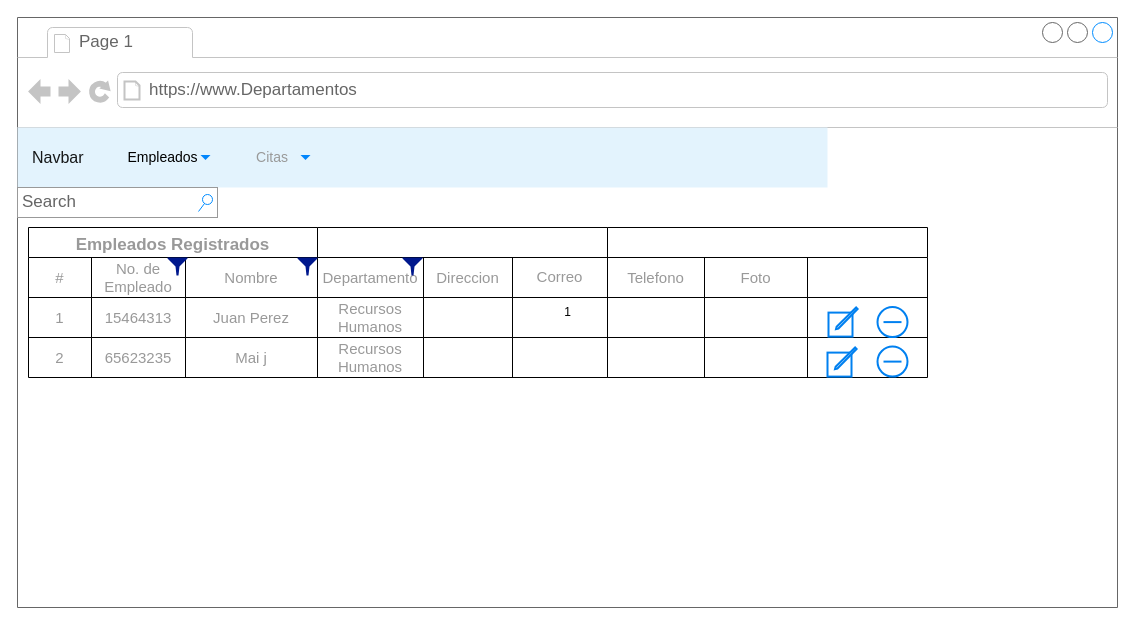
GwenBZ/AccesoEmpresa keeps this draw.io diagram as page "Departamentos" (5 of 10) of Untitled Diagram.drawio. Above is the earlier version. Source tidied: cells renumbered, new cells numbered last; positions are measured from the earlier drawing's top-left corner, leaving out a move shared by most shapes. Both pictures are drawn from the tidied source at 100%, with x=0, y=0 at pixel (17, 17).
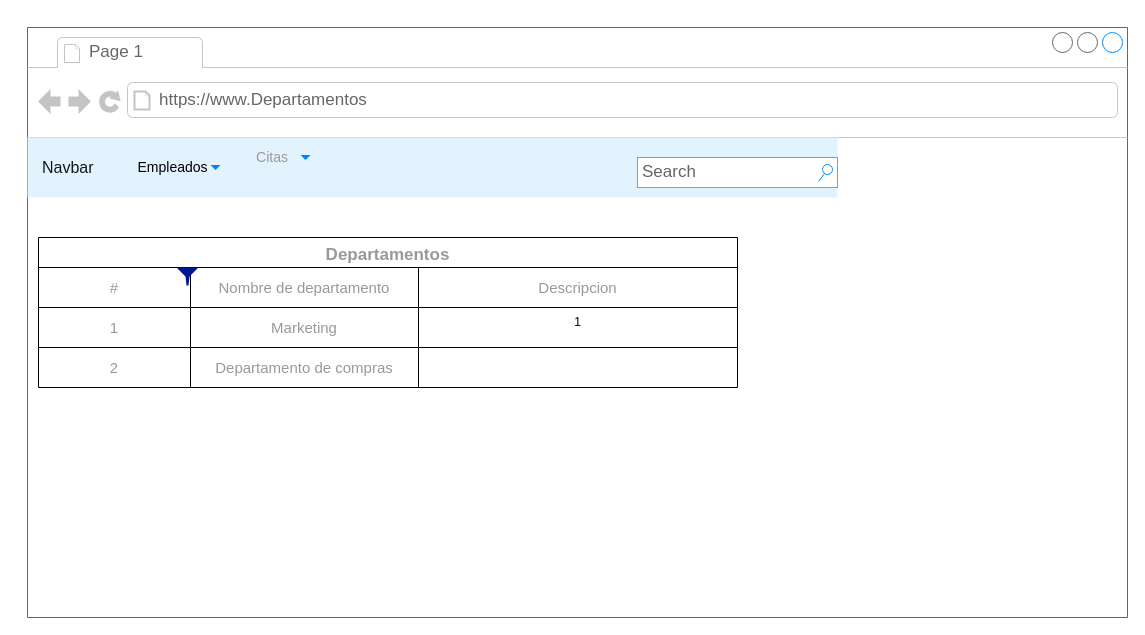
The same diagram, later.

Unchanged cells that the change refers to:
```xml
<mxCell id="5" value="Navbar" style="html=1;shadow=0;dashed=0;fillColor=#E3F3FD;strokeColor=none;fontSize=16;fontColor=#161819;align=left;spacing=15;" parent="2" vertex="1">
  <mxGeometry y="110" width="810" height="60" as="geometry" />
</mxCell>
```

Change to the diagram source:
```diff
@@
     <mxCell id="2" value="1" style="strokeWidth=1;shadow=0;dashed=0;align=center;html=1;shape=mxgraph.mockup.containers.browserWindow;rSize=0;strokeColor=#666666;strokeColor2=#008cff;strokeColor3=#c4c4c4;mainText=,;" parent="1" vertex="1">
-      <mxGeometry width="1100" height="590" as="geometry" />
+      <mxGeometry x="10" y="10" width="1100" height="590" as="geometry" />
     </mxCell>
@@
+    <mxCell id="52" value="Search" style="strokeWidth=1;shadow=0;dashed=0;align=center;html=1;shape=mxgraph.mockup.forms.searchBox;strokeColor=#999999;mainText=;strokeColor2=#008cff;fontColor=#666666;fontSize=17;align=left;spacingLeft=3;" parent="5" vertex="1">
+      <mxGeometry x="610" y="20" width="200" height="30" as="geometry" />
+    </mxCell>
-    <mxCell id="8" value="Empleados Registrados " style="shape=table;startSize=30;childLayout=tableLayout;fontStyle=1;align=center;fontSize=17;fontColor=#999999;" parent="2" vertex="1">
-      <mxGeometry x="11" y="210" width="289" height="150" as="geometry" />
+    <mxCell id="8" value="Departamentos" style="shape=table;startSize=30;childLayout=tableLayout;fontStyle=1;align=center;fontSize=17;fontColor=#999999;" parent="2" vertex="1">
+      <mxGeometry x="11" y="210" width="699" height="150" as="geometry" />
     </mxCell>
     <mxCell id="9" style="shape=tableRow;horizontal=0;startSize=0;swimlaneHead=0;swimlaneBody=0;top=0;left=0;bottom=0;right=0;fillColor=none;fontSize=15;fontColor=#999999;" parent="8" vertex="1">
-      <mxGeometry y="30" width="289" height="40" as="geometry" />
+      <mxGeometry y="30" width="699" height="40" as="geometry" />
     </mxCell>
     <mxCell id="10" value="#" style="shape=partialRectangle;html=1;whiteSpace=wrap;fillColor=none;top=0;left=0;bottom=0;right=0;overflow=hidden;fontSize=15;fontColor=#999999;" parent="9" vertex="1">
-      <mxGeometry width="63" height="40" as="geometry" />
+      <mxGeometry width="152" height="40" as="geometry" />
     </mxCell>
-    <mxCell id="11" value="No. de Empleado" style="shape=partialRectangle;html=1;whiteSpace=wrap;fillColor=none;top=0;left=0;bottom=0;right=0;overflow=hidden;fontSize=15;fontColor=#999999;" parent="9" vertex="1">
-      <mxGeometry x="63" width="94" height="40" as="geometry" />
+    <mxCell id="11" value="Nombre de departamento" style="shape=partialRectangle;html=1;whiteSpace=wrap;fillColor=none;top=0;left=0;bottom=0;right=0;overflow=hidden;fontSize=15;fontColor=#999999;" parent="9" vertex="1">
+      <mxGeometry x="152" width="228" height="40" as="geometry" />
     </mxCell>
-    <mxCell id="12" value="Nombre" style="shape=partialRectangle;html=1;whiteSpace=wrap;fillColor=none;top=0;left=0;bottom=0;right=0;overflow=hidden;fontSize=15;fontColor=#999999;" parent="9" vertex="1">
-      <mxGeometry x="157" width="132" height="40" as="geometry" />
+    <mxCell id="12" value="Descripcion" style="shape=partialRectangle;html=1;whiteSpace=wrap;fillColor=none;top=0;left=0;bottom=0;right=0;overflow=hidden;fontSize=15;fontColor=#999999;" parent="9" vertex="1">
+      <mxGeometry x="380" width="319" height="40" as="geometry" />
     </mxCell>
     <mxCell id="13" style="shape=tableRow;horizontal=0;startSize=0;swimlaneHead=0;swimlaneBody=0;top=0;left=0;bottom=0;right=0;fillColor=none;fontSize=15;fontColor=#999999;" parent="8" vertex="1">
-      <mxGeometry y="70" width="289" height="40" as="geometry" />
+      <mxGeometry y="70" width="699" height="40" as="geometry" />
     </mxCell>
     <mxCell id="14" value="1" style="shape=partialRectangle;html=1;whiteSpace=wrap;fillColor=none;top=0;left=0;bottom=0;right=0;overflow=hidden;fontSize=15;fontColor=#999999;" parent="13" vertex="1">
-      <mxGeometry width="63" height="40" as="geometry" />
+      <mxGeometry width="152" height="40" as="geometry" />
     </mxCell>
-    <mxCell id="15" value="15464313" style="shape=partialRectangle;html=1;whiteSpace=wrap;fillColor=none;top=0;left=0;bottom=0;right=0;overflow=hidden;fontSize=15;fontColor=#999999;" parent="13" vertex="1">
-      <mxGeometry x="63" width="94" height="40" as="geometry" />
+    <mxCell id="15" value="Marketing" style="shape=partialRectangle;html=1;whiteSpace=wrap;fillColor=none;top=0;left=0;bottom=0;right=0;overflow=hidden;fontSize=15;fontColor=#999999;" parent="13" vertex="1">
+      <mxGeometry x="152" width="228" height="40" as="geometry" />
     </mxCell>
-    <mxCell id="16" value="Juan Perez" style="shape=partialRectangle;html=1;whiteSpace=wrap;fillColor=none;top=0;left=0;bottom=0;right=0;overflow=hidden;fontSize=15;fontColor=#999999;" parent="13" vertex="1">
-      <mxGeometry x="157" width="132" height="40" as="geometry" />
+    <mxCell id="16" style="shape=partialRectangle;html=1;whiteSpace=wrap;fillColor=none;top=0;left=0;bottom=0;right=0;overflow=hidden;fontSize=15;fontColor=#999999;" parent="13" vertex="1">
+      <mxGeometry x="380" width="319" height="40" as="geometry" />
     </mxCell>
     <mxCell id="17" style="shape=tableRow;horizontal=0;startSize=0;swimlaneHead=0;swimlaneBody=0;top=0;left=0;bottom=0;right=0;fillColor=none;fontSize=15;fontColor=#999999;" parent="8" vertex="1">
-      <mxGeometry y="110" width="289" height="40" as="geometry" />
+      <mxGeometry y="110" width="699" height="40" as="geometry" />
     </mxCell>
     <mxCell id="18" value="2" style="shape=partialRectangle;html=1;whiteSpace=wrap;fillColor=none;top=0;left=0;bottom=0;right=0;overflow=hidden;fontSize=15;fontColor=#999999;" parent="17" vertex="1">
-      <mxGeometry width="63" height="40" as="geometry" />
+      <mxGeometry width="152" height="40" as="geometry" />
     </mxCell>
-    <mxCell id="19" value="65623235" style="shape=partialRectangle;html=1;whiteSpace=wrap;fillColor=none;top=0;left=0;bottom=0;right=0;overflow=hidden;fontSize=15;fontColor=#999999;" parent="17" vertex="1">
-      <mxGeometry x="63" width="94" height="40" as="geometry" />
+    <mxCell id="19" value="Departamento de compras " style="shape=partialRectangle;html=1;whiteSpace=wrap;fillColor=none;top=0;left=0;bottom=0;right=0;overflow=hidden;fontSize=15;fontColor=#999999;" parent="17" vertex="1">
+      <mxGeometry x="152" width="228" height="40" as="geometry" />
     </mxCell>
-    <mxCell id="20" value="Mai j" style="shape=partialRectangle;html=1;whiteSpace=wrap;fillColor=none;top=0;left=0;bottom=0;right=0;overflow=hidden;fontSize=15;fontColor=#999999;" parent="17" vertex="1">
-      <mxGeometry x="157" width="132" height="40" as="geometry" />
+    <mxCell id="20" style="shape=partialRectangle;html=1;whiteSpace=wrap;fillColor=none;top=0;left=0;bottom=0;right=0;overflow=hidden;fontSize=15;fontColor=#999999;" parent="17" vertex="1">
+      <mxGeometry x="380" width="319" height="40" as="geometry" />
     </mxCell>
-    <mxCell id="21" style="shape=table;startSize=30;childLayout=tableLayout;fontStyle=1;align=center;fontSize=15;fontColor=#999999;" parent="2" vertex="1">
-      <mxGeometry x="300" y="210" width="290" height="150" as="geometry" />
-    </mxCell>
-    <mxCell id="22" style="shape=tableRow;horizontal=0;startSize=0;swimlaneHead=0;swimlaneBody=0;top=0;left=0;bottom=0;right=0;fillColor=none;fontSize=17;fontColor=#999999;" parent="21" vertex="1">
-      <mxGeometry y="30" width="290" height="40" as="geometry" />
-    </mxCell>
-    <mxCell id="23" value="Departamento" style="shape=partialRectangle;html=1;whiteSpace=wrap;fillColor=none;top=0;left=0;bottom=0;right=0;overflow=hidden;fontSize=15;fontColor=#999999;" parent="22" vertex="1">
-      <mxGeometry width="106" height="40" as="geometry" />
-    </mxCell>
-    <mxCell id="24" value="Direccion" style="shape=partialRectangle;html=1;whiteSpace=wrap;fillColor=none;top=0;left=0;bottom=0;right=0;overflow=hidden;fontSize=15;fontColor=#999999;" parent="22" vertex="1">
-      <mxGeometry x="106" width="89" height="40" as="geometry" />
-    </mxCell>
-    <mxCell id="25" value="&lt;font style=&quot;font-size: 15px&quot;&gt;Correo&lt;/font&gt;" style="shape=partialRectangle;html=1;whiteSpace=wrap;fillColor=none;top=0;left=0;bottom=0;right=0;overflow=hidden;fontSize=17;fontColor=#999999;" parent="22" vertex="1">
-      <mxGeometry x="195" width="95" height="40" as="geometry" />
-    </mxCell>
-    <mxCell id="26" style="shape=tableRow;horizontal=0;startSize=0;swimlaneHead=0;swimlaneBody=0;top=0;left=0;bottom=0;right=0;fillColor=none;fontSize=17;fontColor=#999999;" parent="21" vertex="1">
-      <mxGeometry y="70" width="290" height="40" as="geometry" />
-    </mxCell>
-    <mxCell id="27" value="Recursos Humanos" style="shape=partialRectangle;html=1;whiteSpace=wrap;fillColor=none;top=0;left=0;bottom=0;right=0;overflow=hidden;fontSize=15;fontColor=#999999;" parent="26" vertex="1">
-      <mxGeometry width="106" height="40" as="geometry" />
-    </mxCell>
-    <mxCell id="28" style="shape=partialRectangle;html=1;whiteSpace=wrap;fillColor=none;top=0;left=0;bottom=0;right=0;overflow=hidden;fontSize=15;fontColor=#999999;" parent="26" vertex="1">
-      <mxGeometry x="106" width="89" height="40" as="geometry" />
-    </mxCell>
-    <mxCell id="29" style="shape=partialRectangle;html=1;whiteSpace=wrap;fillColor=none;top=0;left=0;bottom=0;right=0;overflow=hidden;fontSize=17;fontColor=#999999;" parent="26" vertex="1">
-      <mxGeometry x="195" width="95" height="40" as="geometry" />
-    </mxCell>
-    <mxCell id="30" style="shape=tableRow;horizontal=0;startSize=0;swimlaneHead=0;swimlaneBody=0;top=0;left=0;bottom=0;right=0;fillColor=none;fontSize=17;fontColor=#999999;" parent="21" vertex="1">
-      <mxGeometry y="110" width="290" height="40" as="geometry" />
-    </mxCell>
-    <mxCell id="31" value="Recursos Humanos&lt;br style=&quot;font-size: 15px;&quot;&gt;" style="shape=partialRectangle;html=1;whiteSpace=wrap;fillColor=none;top=0;left=0;bottom=0;right=0;overflow=hidden;fontSize=15;fontColor=#999999;" parent="30" vertex="1">
-      <mxGeometry width="106" height="40" as="geometry" />
-    </mxCell>
-    <mxCell id="32" style="shape=partialRectangle;html=1;whiteSpace=wrap;fillColor=none;top=0;left=0;bottom=0;right=0;overflow=hidden;fontSize=15;fontColor=#999999;" parent="30" vertex="1">
-      <mxGeometry x="106" width="89" height="40" as="geometry" />
-    </mxCell>
-    <mxCell id="33" style="shape=partialRectangle;html=1;whiteSpace=wrap;fillColor=none;top=0;left=0;bottom=0;right=0;overflow=hidden;fontSize=17;fontColor=#999999;" parent="30" vertex="1">
-      <mxGeometry x="195" width="95" height="40" as="geometry" />
-    </mxCell>
-    <mxCell id="34" style="shape=table;startSize=30;childLayout=tableLayout;fontStyle=1;align=center;fontSize=15;fontColor=#999999;" parent="2" vertex="1">
-      <mxGeometry x="590" y="210" width="320" height="150" as="geometry" />
-    </mxCell>
-    <mxCell id="35" style="shape=tableRow;horizontal=0;startSize=0;swimlaneHead=0;swimlaneBody=0;top=0;left=0;bottom=0;right=0;fillColor=none;fontSize=17;fontColor=#999999;" parent="34" vertex="1">
-      <mxGeometry y="30" width="320" height="40" as="geometry" />
-    </mxCell>
-    <mxCell id="36" value="Telefono" style="shape=partialRectangle;html=1;whiteSpace=wrap;fillColor=none;top=0;left=0;bottom=0;right=0;overflow=hidden;fontSize=15;fontColor=#999999;" parent="35" vertex="1">
-      <mxGeometry width="97" height="40" as="geometry" />
-    </mxCell>
-    <mxCell id="37" value="Foto" style="shape=partialRectangle;html=1;whiteSpace=wrap;fillColor=none;top=0;left=0;bottom=0;right=0;overflow=hidden;fontSize=15;fontColor=#999999;" parent="35" vertex="1">
-      <mxGeometry x="97" width="103" height="40" as="geometry" />
-    </mxCell>
-    <mxCell id="38" style="shape=partialRectangle;html=1;whiteSpace=wrap;fillColor=none;top=0;left=0;bottom=0;right=0;overflow=hidden;fontSize=17;fontColor=#999999;" parent="35" vertex="1">
-      <mxGeometry x="200" width="120" height="40" as="geometry" />
-    </mxCell>
-    <mxCell id="39" style="shape=tableRow;horizontal=0;startSize=0;swimlaneHead=0;swimlaneBody=0;top=0;left=0;bottom=0;right=0;fillColor=none;fontSize=17;fontColor=#999999;" parent="34" vertex="1">
-      <mxGeometry y="70" width="320" height="40" as="geometry" />
-    </mxCell>
-    <mxCell id="40" style="shape=partialRectangle;html=1;whiteSpace=wrap;fillColor=none;top=0;left=0;bottom=0;right=0;overflow=hidden;fontSize=15;fontColor=#999999;" parent="39" vertex="1">
-      <mxGeometry width="97" height="40" as="geometry" />
-    </mxCell>
-    <mxCell id="41" style="shape=partialRectangle;html=1;whiteSpace=wrap;fillColor=none;top=0;left=0;bottom=0;right=0;overflow=hidden;fontSize=15;fontColor=#999999;" parent="39" vertex="1">
-      <mxGeometry x="97" width="103" height="40" as="geometry" />
-    </mxCell>
-    <mxCell id="42" style="shape=partialRectangle;html=1;whiteSpace=wrap;fillColor=none;top=0;left=0;bottom=0;right=0;overflow=hidden;fontSize=17;fontColor=#999999;" parent="39" vertex="1">
-      <mxGeometry x="200" width="120" height="40" as="geometry" />
-    </mxCell>
-    <mxCell id="43" style="shape=tableRow;horizontal=0;startSize=0;swimlaneHead=0;swimlaneBody=0;top=0;left=0;bottom=0;right=0;fillColor=none;fontSize=17;fontColor=#999999;" parent="34" vertex="1">
-      <mxGeometry y="110" width="320" height="40" as="geometry" />
-    </mxCell>
-    <mxCell id="44" style="shape=partialRectangle;html=1;whiteSpace=wrap;fillColor=none;top=0;left=0;bottom=0;right=0;overflow=hidden;fontSize=15;fontColor=#999999;" parent="43" vertex="1">
-      <mxGeometry width="97" height="40" as="geometry" />
-    </mxCell>
-    <mxCell id="45" style="shape=partialRectangle;html=1;whiteSpace=wrap;fillColor=none;top=0;left=0;bottom=0;right=0;overflow=hidden;fontSize=15;fontColor=#999999;" parent="43" vertex="1">
-      <mxGeometry x="97" width="103" height="40" as="geometry" />
-    </mxCell>
-    <mxCell id="46" style="shape=partialRectangle;html=1;whiteSpace=wrap;fillColor=none;top=0;left=0;bottom=0;right=0;overflow=hidden;fontSize=17;fontColor=#999999;" parent="43" vertex="1">
-      <mxGeometry x="200" width="120" height="40" as="geometry" />
-    </mxCell>
-    <mxCell id="47" style="html=1;verticalLabelPosition=bottom;align=center;labelBackgroundColor=#ffffff;verticalAlign=top;strokeWidth=2;strokeColor=#0080F0;shadow=0;dashed=0;shape=mxgraph.ios7.icons.compose;fontSize=15;fontColor=#999999;" parent="2" vertex="1">
-      <mxGeometry x="811" y="290" width="29.1" height="29.1" as="geometry" />
-    </mxCell>
-    <mxCell id="48" style="html=1;verticalLabelPosition=bottom;align=center;labelBackgroundColor=#ffffff;verticalAlign=top;strokeWidth=2;strokeColor=#0080F0;shadow=0;dashed=0;shape=mxgraph.ios7.icons.compose;fontSize=15;fontColor=#999999;" parent="2" vertex="1">
-      <mxGeometry x="810" y="330" width="29.1" height="29.1" as="geometry" />
-    </mxCell>
-    <mxCell id="49" style="shape=partialRectangle;html=1;whiteSpace=wrap;fillColor=none;top=0;left=0;bottom=0;right=0;overflow=hidden;fontSize=17;fontColor=#999999;" parent="2" vertex="1">
-      <mxGeometry x="785" y="360" width="95" height="40" as="geometry" />
-    </mxCell>
-    <mxCell id="50" style="html=1;verticalLabelPosition=bottom;align=center;labelBackgroundColor=#ffffff;verticalAlign=top;strokeWidth=2;strokeColor=#0080F0;shadow=0;dashed=0;shape=mxgraph.ios7.icons.delete;fontSize=15;fontColor=#999999;" parent="2" vertex="1">
-      <mxGeometry x="860" y="289.6" width="30" height="30" as="geometry" />
-    </mxCell>
-    <mxCell id="51" style="html=1;verticalLabelPosition=bottom;align=center;labelBackgroundColor=#ffffff;verticalAlign=top;strokeWidth=2;strokeColor=#0080F0;shadow=0;dashed=0;shape=mxgraph.ios7.icons.delete;fontSize=15;fontColor=#999999;" parent="2" vertex="1">
-      <mxGeometry x="860" y="329.1" width="30" height="30" as="geometry" />
-    </mxCell>
-    <mxCell id="52" value="Search" style="strokeWidth=1;shadow=0;dashed=0;align=center;html=1;shape=mxgraph.mockup.forms.searchBox;strokeColor=#999999;mainText=;strokeColor2=#008cff;fontColor=#666666;fontSize=17;align=left;spacingLeft=3;" parent="2" vertex="1">
-      <mxGeometry y="170" width="200" height="30" as="geometry" />
-    </mxCell>
@@
-    <mxCell id="54" style="sketch=0;shadow=0;dashed=0;html=1;strokeColor=none;labelPosition=center;verticalLabelPosition=bottom;verticalAlign=top;align=center;fillColor=#00188D;shape=mxgraph.mscae.enterprise.filter;" parent="2" vertex="1">
-      <mxGeometry x="280" y="240" width="20" height="18" as="geometry" />
-    </mxCell>
-    <mxCell id="55" style="sketch=0;shadow=0;dashed=0;html=1;strokeColor=none;labelPosition=center;verticalLabelPosition=bottom;verticalAlign=top;align=center;fillColor=#00188D;shape=mxgraph.mscae.enterprise.filter;" parent="2" vertex="1">
-      <mxGeometry x="385" y="240" width="20" height="18" as="geometry" />
-    </mxCell>
```
